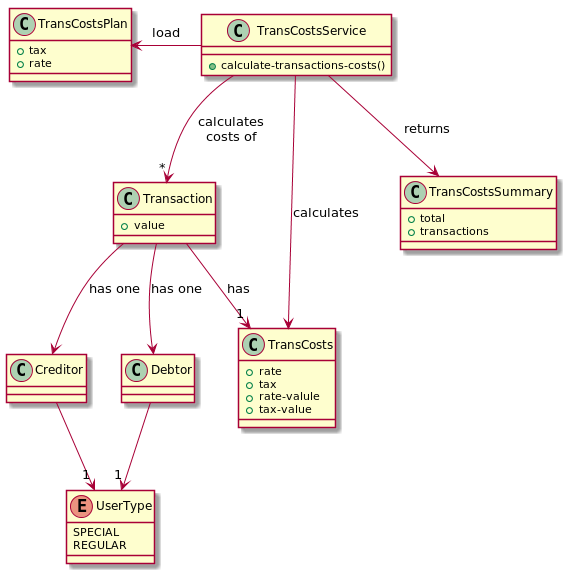
The PlantUML diagram doc/domain.png in mmoraesbr/clojure-lab-01, before a commit.
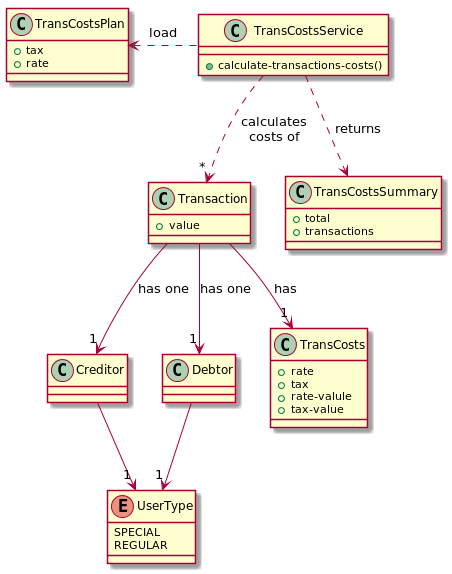
After the change.

The edit, as a diff of the source:
```diff
@@ -27,14 +27,13 @@
 REGULAR
 }
 
-Transaction --> Creditor : has one
-Transaction --> Debtor : has one
+Transaction --> "1" Creditor : has one
+Transaction --> "1" Debtor : has one
 
 Creditor --> "1" UserType
 Debtor --> "1" UserType
-TransCostsService --> "*" Transaction : " calculates \ncosts of"
-TransCostsService -left-> TransCostsPlan : load
+TransCostsService ..> "*" Transaction : " calculates \ncosts of"
+TransCostsService .left.> TransCostsPlan : load
 Transaction --> "1" TransCosts : has
-TransCostsService --> TransCosts : calculates
-TransCostsService --> TransCostsSummary : returns
+TransCostsService ..> TransCostsSummary : returns
 @enduml
```
